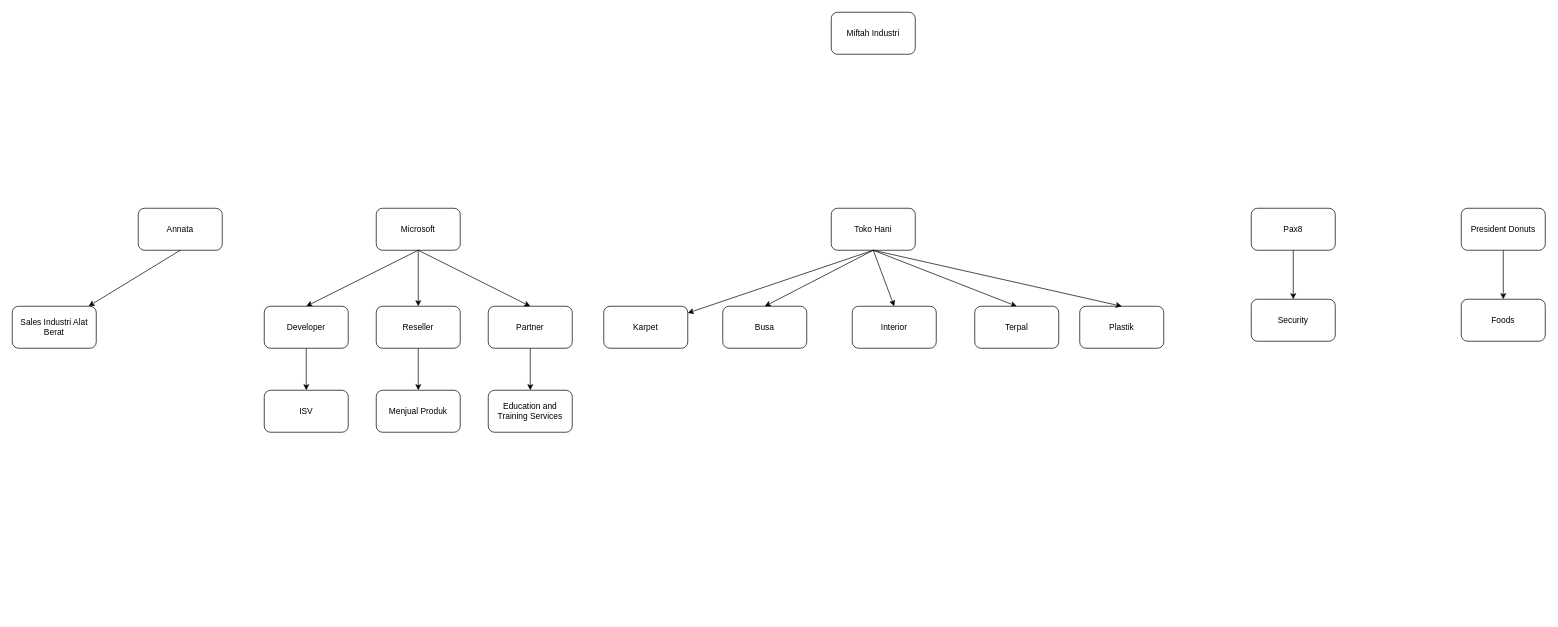
Before: page "Miftah Industri" (3 of 16) of Microsoft Fabric.drawio in MiftahRizky/miftahr, a draw.io diagram. Source tidied: cells renumbered, new cells numbered last; positions are measured from the earlier drawing's top-left corner, leaving out a move shared by most shapes. Both pictures are drawn from the tidied source at 70%, with x=0, y=0 at pixel (12, 12).
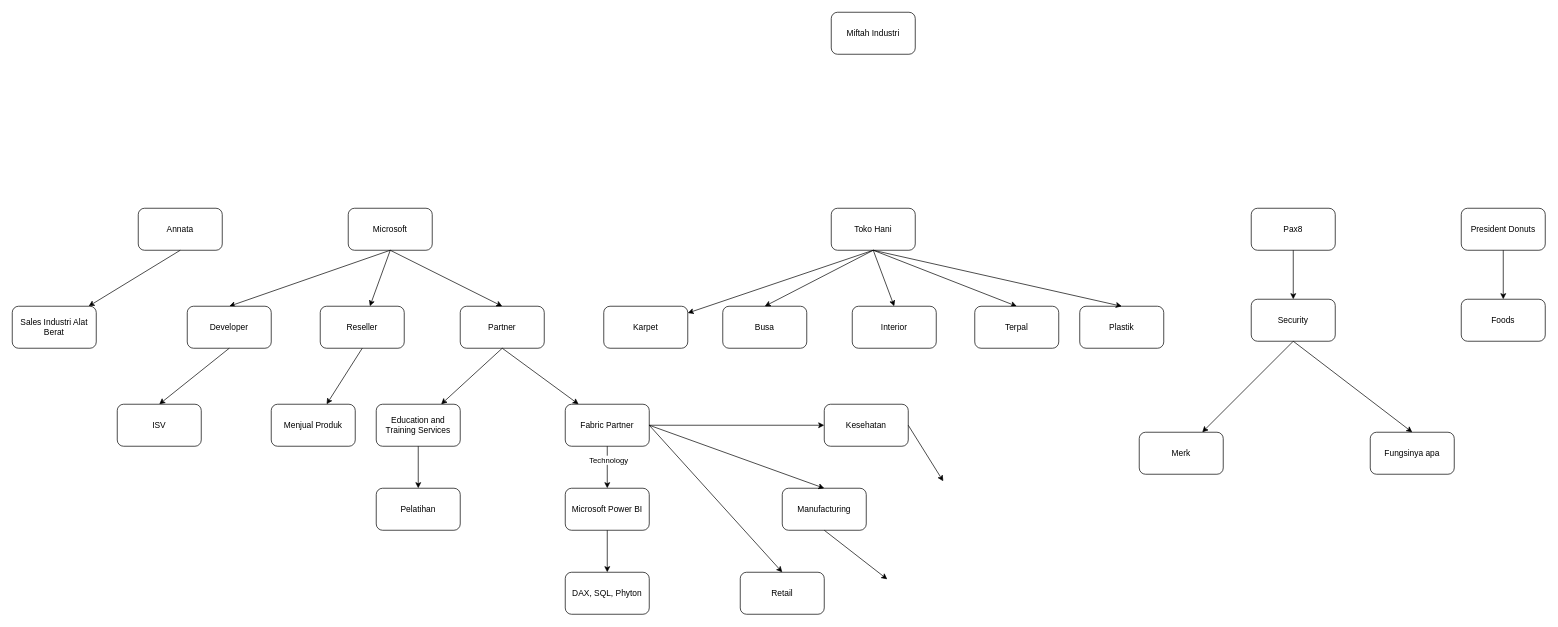
After the change.

Unchanged cells that the change refers to:
```xml
<mxCell id="27" value="Security" style="rounded=1;whiteSpace=wrap;html=1;" parent="1" vertex="1">
  <mxGeometry x="1770" y="410" width="120" height="60" as="geometry" />
</mxCell>
```

The edit, as a diff of the source:
```diff
@@
     <mxCell id="15" value="Microsoft" style="rounded=1;whiteSpace=wrap;html=1;" parent="1" vertex="1">
-      <mxGeometry x="520" y="280" width="120" height="60" as="geometry" />
+      <mxGeometry x="480" y="280" width="120" height="60" as="geometry" />
     </mxCell>
@@
     <mxCell id="19" value="Developer" style="rounded=1;whiteSpace=wrap;html=1;" parent="1" vertex="1">
-      <mxGeometry x="360" y="420" width="120" height="60" as="geometry" />
+      <mxGeometry x="250" y="420" width="120" height="60" as="geometry" />
     </mxCell>
     <mxCell id="20" value="Reseller" style="rounded=1;whiteSpace=wrap;html=1;" parent="1" vertex="1">
-      <mxGeometry x="520" y="420" width="120" height="60" as="geometry" />
+      <mxGeometry x="440" y="420" width="120" height="60" as="geometry" />
     </mxCell>
     <mxCell id="21" value="Partner" style="rounded=1;whiteSpace=wrap;html=1;" parent="1" vertex="1">
-      <mxGeometry x="680" y="420" width="120" height="60" as="geometry" />
+      <mxGeometry x="640" y="420" width="120" height="60" as="geometry" />
     </mxCell>
@@
     <mxCell id="33" value="ISV" style="rounded=1;whiteSpace=wrap;html=1;" parent="1" vertex="1">
-      <mxGeometry x="360" y="540" width="120" height="60" as="geometry" />
+      <mxGeometry x="150" y="560" width="120" height="60" as="geometry" />
     </mxCell>
     <mxCell id="34" value="Menjual Produk" style="rounded=1;whiteSpace=wrap;html=1;" parent="1" vertex="1">
-      <mxGeometry x="520" y="540" width="120" height="60" as="geometry" />
+      <mxGeometry x="370" y="560" width="120" height="60" as="geometry" />
     </mxCell>
     <mxCell id="35" value="Education and Training Services" style="rounded=1;whiteSpace=wrap;html=1;" parent="1" vertex="1">
-      <mxGeometry x="680" y="540" width="120" height="60" as="geometry" />
+      <mxGeometry x="520" y="560" width="120" height="60" as="geometry" />
     </mxCell>
+    <mxCell id="36" style="endArrow=classic;html=1;rounded=0;exitX=0.5;exitY=1;exitDx=0;exitDy=0;" parent="1" edge="1" source="21" target="37">
+      <mxGeometry relative="1" as="geometry" />
+    </mxCell>
+    <mxCell id="37" value="Fabric Partner" style="rounded=1;whiteSpace=wrap;html=1;" parent="1" vertex="1">
+      <mxGeometry x="790" y="560" width="120" height="60" as="geometry" />
+    </mxCell>
+    <mxCell id="38" style="endArrow=classic;html=1;rounded=0;exitX=0.5;exitY=1;exitDx=0;exitDy=0;" parent="1" edge="1" source="37" target="40">
+      <mxGeometry relative="1" as="geometry" />
+    </mxCell>
+    <mxCell id="39" value="Technology" style="edgeLabel;html=1;align=center;verticalAlign=middle;" parent="38" vertex="1">
+      <mxGeometry x="-0.36" y="1" relative="1" as="geometry" />
+    </mxCell>
+    <mxCell id="40" value="Microsoft Power BI" style="rounded=1;whiteSpace=wrap;html=1;" parent="1" vertex="1">
+      <mxGeometry x="790" y="680" width="120" height="60" as="geometry" />
+    </mxCell>
+    <mxCell id="41" style="endArrow=classic;html=1;rounded=0;exitX=0.5;exitY=1;exitDx=0;exitDy=0;" parent="1" edge="1" source="40" target="42">
+      <mxGeometry relative="1" as="geometry" />
+    </mxCell>
+    <mxCell id="42" value="DAX, SQL, Phyton" style="rounded=1;whiteSpace=wrap;html=1;" parent="1" vertex="1">
+      <mxGeometry x="790" y="800" width="120" height="60" as="geometry" />
+    </mxCell>
+    <mxCell id="43" style="endArrow=classic;html=1;rounded=0;exitX=0.5;exitY=1;exitDx=0;exitDy=0;" parent="1" edge="1" source="35" target="44">
+      <mxGeometry relative="1" as="geometry" />
+    </mxCell>
+    <mxCell id="44" value="Pelatihan" style="rounded=1;whiteSpace=wrap;html=1;" parent="1" vertex="1">
+      <mxGeometry x="520" y="680" width="120" height="60" as="geometry" />
+    </mxCell>
+    <mxCell id="45" style="endArrow=classic;html=1;rounded=0;exitX=1;exitY=0.5;exitDx=0;exitDy=0;" parent="1" edge="1" source="37" target="46">
+      <mxGeometry relative="1" as="geometry" />
+    </mxCell>
+    <mxCell id="46" value="Kesehatan" style="rounded=1;whiteSpace=wrap;html=1;" parent="1" vertex="1">
+      <mxGeometry x="1160" y="560" width="120" height="60" as="geometry" />
+    </mxCell>
+    <mxCell id="47" value="Manufacturing" style="rounded=1;whiteSpace=wrap;html=1;" parent="1" vertex="1">
+      <mxGeometry x="1100" y="680" width="120" height="60" as="geometry" />
+    </mxCell>
+    <mxCell id="48" style="endArrow=classic;html=1;rounded=0;exitX=1;exitY=0.5;exitDx=0;exitDy=0;entryX=0.5;entryY=0;entryDx=0;entryDy=0;" parent="1" edge="1" source="37" target="47">
+      <mxGeometry relative="1" as="geometry" />
+    </mxCell>
+    <mxCell id="49" value="Retail" style="rounded=1;whiteSpace=wrap;html=1;" parent="1" vertex="1">
+      <mxGeometry x="1040" y="800" width="120" height="60" as="geometry" />
+    </mxCell>
+    <mxCell id="50" style="endArrow=classic;html=1;rounded=0;exitX=1;exitY=0.5;exitDx=0;exitDy=0;entryX=0.5;entryY=0;entryDx=0;entryDy=0;" parent="1" edge="1" source="37" target="49">
+      <mxGeometry relative="1" as="geometry" />
+    </mxCell>
+    <mxCell id="51" style="endArrow=classic;html=1;rounded=0;exitX=0.5;exitY=1;exitDx=0;exitDy=0;" parent="1" edge="1" source="27" target="52">
+      <mxGeometry relative="1" as="geometry" />
+    </mxCell>
+    <mxCell id="52" value="Merk" style="rounded=1;whiteSpace=wrap;html=1;" parent="1" vertex="1">
+      <mxGeometry x="1610" y="600" width="120" height="60" as="geometry" />
+    </mxCell>
+    <mxCell id="53" value="Fungsinya apa" style="rounded=1;whiteSpace=wrap;html=1;" parent="1" vertex="1">
+      <mxGeometry x="1940" y="600" width="120" height="60" as="geometry" />
+    </mxCell>
+    <mxCell id="54" style="endArrow=classic;html=1;rounded=0;exitX=0.5;exitY=1;exitDx=0;exitDy=0;entryX=0.5;entryY=0;entryDx=0;entryDy=0;" parent="1" edge="1" source="27" target="53">
+      <mxGeometry relative="1" as="geometry" />
+    </mxCell>
+    <mxCell id="55" style="endArrow=classic;html=1;rounded=0;exitX=1;exitY=0.5;exitDx=0;exitDy=0;" parent="1" edge="1" source="46">
+      <mxGeometry relative="1" as="geometry">
+        <mxPoint x="1330" y="670" as="targetPoint" />
+      </mxGeometry>
+    </mxCell>
+    <mxCell id="56" style="endArrow=classic;html=1;rounded=0;exitX=0.5;exitY=1;exitDx=0;exitDy=0;" parent="1" edge="1" source="47">
+      <mxGeometry relative="1" as="geometry">
+        <mxPoint x="1250" y="810" as="targetPoint" />
+      </mxGeometry>
+    </mxCell>
```
